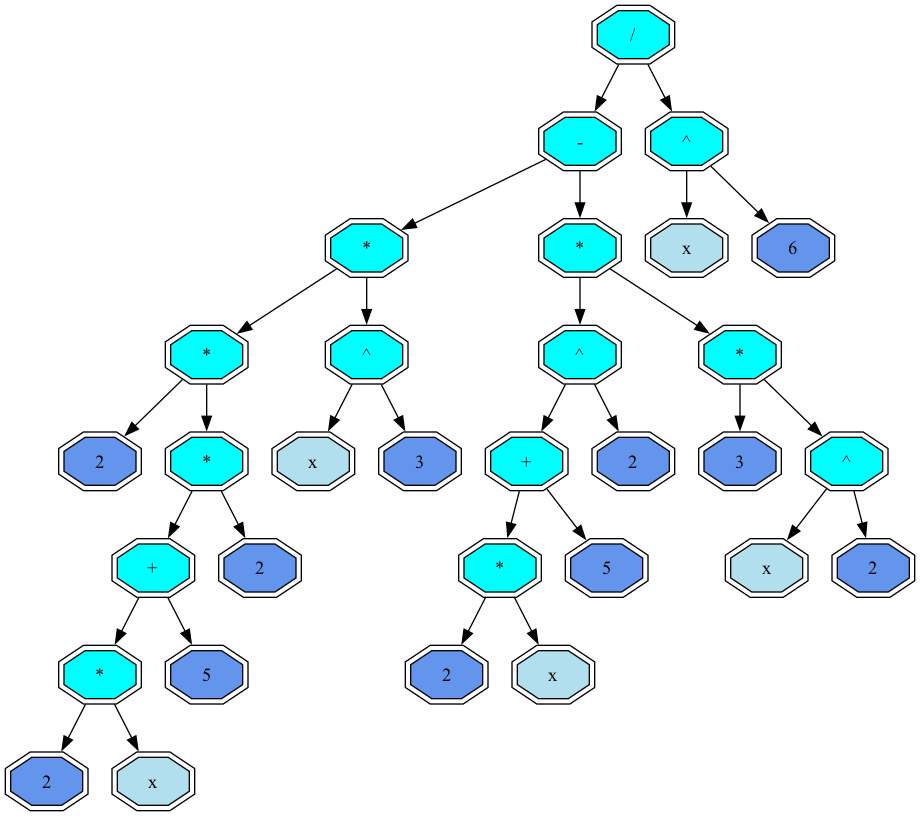
Pave2005/differential keeps this Graphviz diagram as calculated.png. Above is the earlier version. Its source is kept beside it as calculated.dot.
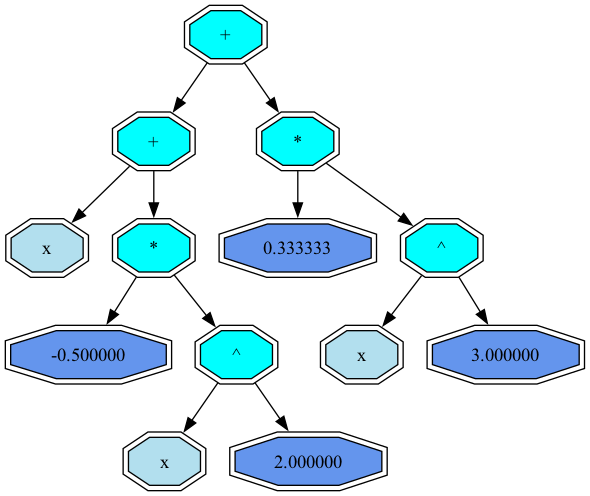
Above is the later version.

Diff of the diagram source:
```diff
@@ -1,64 +1,28 @@
 digraph G {
 node [shape = record];
- 12000043200  12000043200 [shape = doubleoctagon, style = filled, fillcolor = aqua  label = " / "];
-12000043200 -> 12000042700
- 12000043200 -> 12000043140
- 12000042700 [shape = doubleoctagon, style = filled, fillcolor = aqua  label = " - "];
-12000042700 -> 12000041600
- 12000042700 -> 12000042640
- 12000041600 [shape = doubleoctagon, style = filled, fillcolor = aqua  label = " * "];
-12000041600 -> 12000041400
- 12000041600 -> 12000041440
- 12000041400 [shape = doubleoctagon, style = filled, fillcolor = aqua  label = " * "];
-12000041400 -> 12000040200
- 12000041400 -> 12000041340
- 12000040200 [shape = doubleoctagon, style = filled, fillcolor = cornflowerblue  label = " 2 "];
- 12000041340 [shape = doubleoctagon, style = filled, fillcolor = aqua  label = " * "];
-12000041340 -> 12000040640
- 12000041340 -> 12000041300
- 12000040640 [shape = doubleoctagon, style = filled, fillcolor = aqua  label = " + "];
-12000040640 -> 12000040300
- 12000040640 -> 12000040440
- 12000040300 [shape = doubleoctagon, style = filled, fillcolor = aqua  label = " * "];
-12000040300 -> 12000040340
- 12000040300 -> 12000040400
- 12000040340 [shape = doubleoctagon, style = filled, fillcolor = cornflowerblue  label = " 2 "];
- 12000040400 [shape = doubleoctagon, style = filled, fillcolor = lightblue2  label = " x "];
- 12000040440 [shape = doubleoctagon, style = filled, fillcolor = cornflowerblue  label = " 5 "];
- 12000041300 [shape = doubleoctagon, style = filled, fillcolor = cornflowerblue  label = " 2 "];
- 12000041440 [shape = doubleoctagon, style = filled, fillcolor = aqua  label = " ^ "];
-12000041440 -> 12000041500
- 12000041440 -> 12000041540
- 12000041500 [shape = doubleoctagon, style = filled, fillcolor = lightblue2  label = " x "];
- 12000041540 [shape = doubleoctagon, style = filled, fillcolor = cornflowerblue  label = " 3 "];
- 12000042640 [shape = doubleoctagon, style = filled, fillcolor = aqua  label = " * "];
-12000042640 -> 12000041640
- 12000042640 -> 12000042600
- 12000041640 [shape = doubleoctagon, style = filled, fillcolor = aqua  label = " ^ "];
-12000041640 -> 12000041700
- 12000041640 -> 12000042140
- 12000041700 [shape = doubleoctagon, style = filled, fillcolor = aqua  label = " + "];
-12000041700 -> 12000041740
- 12000041700 -> 12000042100
- 12000041740 [shape = doubleoctagon, style = filled, fillcolor = aqua  label = " * "];
-12000041740 -> 12000042000
- 12000041740 -> 12000042040
- 12000042000 [shape = doubleoctagon, style = filled, fillcolor = cornflowerblue  label = " 2 "];
- 12000042040 [shape = doubleoctagon, style = filled, fillcolor = lightblue2  label = " x "];
- 12000042100 [shape = doubleoctagon, style = filled, fillcolor = cornflowerblue  label = " 5 "];
- 12000042140 [shape = doubleoctagon, style = filled, fillcolor = cornflowerblue  label = " 2 "];
- 12000042600 [shape = doubleoctagon, style = filled, fillcolor = aqua  label = " * "];
-12000042600 -> 12000042200
- 12000042600 -> 12000042540
- 12000042200 [shape = doubleoctagon, style = filled, fillcolor = cornflowerblue  label = " 3 "];
- 12000042540 [shape = doubleoctagon, style = filled, fillcolor = aqua  label = " ^ "];
-12000042540 -> 12000042240
- 12000042540 -> 12000042400
- 12000042240 [shape = doubleoctagon, style = filled, fillcolor = lightblue2  label = " x "];
- 12000042400 [shape = doubleoctagon, style = filled, fillcolor = cornflowerblue  label = " 2 "];
- 12000043140 [shape = doubleoctagon, style = filled, fillcolor = aqua  label = " ^ "];
-12000043140 -> 12000043000
- 12000043140 -> 12000043040
- 12000043000 [shape = doubleoctagon, style = filled, fillcolor = lightblue2  label = " x "];
- 12000043040 [shape = doubleoctagon, style = filled, fillcolor = cornflowerblue  label = " 6 "];
+ 11540046760  11540046760 [shape = doubleoctagon, style = filled, fillcolor = aqua  label = " + "];
+11540046760 -> 11540043220
+ 11540046760 -> 11540046660
+ 11540043220 [shape = doubleoctagon, style = filled, fillcolor = aqua  label = " + "];
+11540043220 -> 11540045060
+ 11540043220 -> 11540045420
+ 11540045060 [shape = doubleoctagon, style = filled, fillcolor = lightblue2  label = " x "];
+ 11540045420 [shape = doubleoctagon, style = filled, fillcolor = aqua  label = " * "];
+11540045420 -> 11540045460
+ 11540045420 -> 11540045620
+ 11540045460 [shape = doubleoctagon, style = filled, fillcolor = cornflowerblue  label = " -0.500000 "];
+ 11540045620 [shape = doubleoctagon, style = filled, fillcolor = aqua  label = " ^ "];
+11540045620 -> 11540045660
+ 11540045620 -> 11540045720
+ 11540045660 [shape = doubleoctagon, style = filled, fillcolor = lightblue2  label = " x "];
+ 11540045720 [shape = doubleoctagon, style = filled, fillcolor = cornflowerblue  label = " 2.000000 "];
+ 11540046660 [shape = doubleoctagon, style = filled, fillcolor = aqua  label = " * "];
+11540046660 -> 11540046020
+ 11540046660 -> 11540046620
+ 11540046020 [shape = doubleoctagon, style = filled, fillcolor = cornflowerblue  label = " 0.333333 "];
+ 11540046620 [shape = doubleoctagon, style = filled, fillcolor = aqua  label = " ^ "];
+11540046620 -> 11540046060
+ 11540046620 -> 11540046120
+ 11540046060 [shape = doubleoctagon, style = filled, fillcolor = lightblue2  label = " x "];
+ 11540046120 [shape = doubleoctagon, style = filled, fillcolor = cornflowerblue  label = " 3.000000 "];
 }
```
